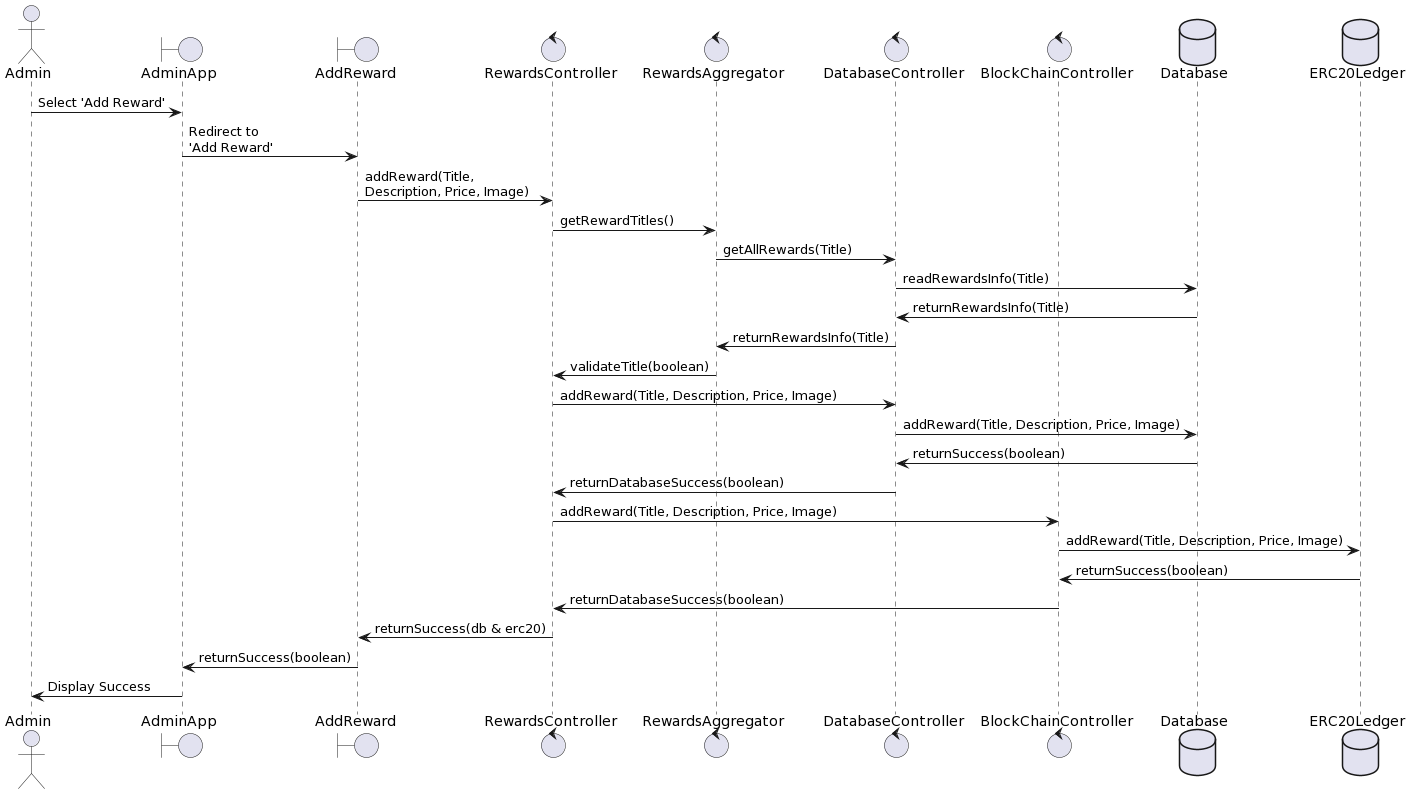
Earlier version of the PlantUML export Admin_AddReward.png (Tamong/TFS). The source it was exported from:
```plantuml
@startuml
actor       Admin
boundary    AdminApp
boundary    AddReward

control     RewardsController
control     RewardsAggregator
control     DatabaseController
control     BlockChainController

database    Database
database    ERC20Ledger

Admin -> AdminApp: Select 'Add Reward'
AdminApp -> AddReward: Redirect to \n'Add Reward'

AddReward -> RewardsController : addReward(Title, \nDescription, Price, Image)

RewardsController -> RewardsAggregator : getRewardTitles()
RewardsAggregator -> DatabaseController : getAllRewards(Title)
DatabaseController -> Database : readRewardsInfo(Title)
Database -> DatabaseController : returnRewardsInfo(Title)
DatabaseController -> RewardsAggregator : returnRewardsInfo(Title)
RewardsAggregator -> RewardsController : validateTitle(boolean)

RewardsController -> DatabaseController : addReward(Title, Description, Price, Image)
DatabaseController -> Database: addReward(Title, Description, Price, Image)
Database -> DatabaseController : returnSuccess(boolean)
DatabaseController -> RewardsController : returnDatabaseSuccess(boolean)

RewardsController -> BlockChainController: addReward(Title, Description, Price, Image)
BlockChainController-> ERC20Ledger: addReward(Title, Description, Price, Image)
ERC20Ledger-> BlockChainController: returnSuccess(boolean)
BlockChainController -> RewardsController : returnDatabaseSuccess(boolean)


RewardsController -> AddReward : returnSuccess(db & erc20)
AddReward -> AdminApp: returnSuccess(boolean)



AdminApp -> Admin : Display Success
@enduml
```
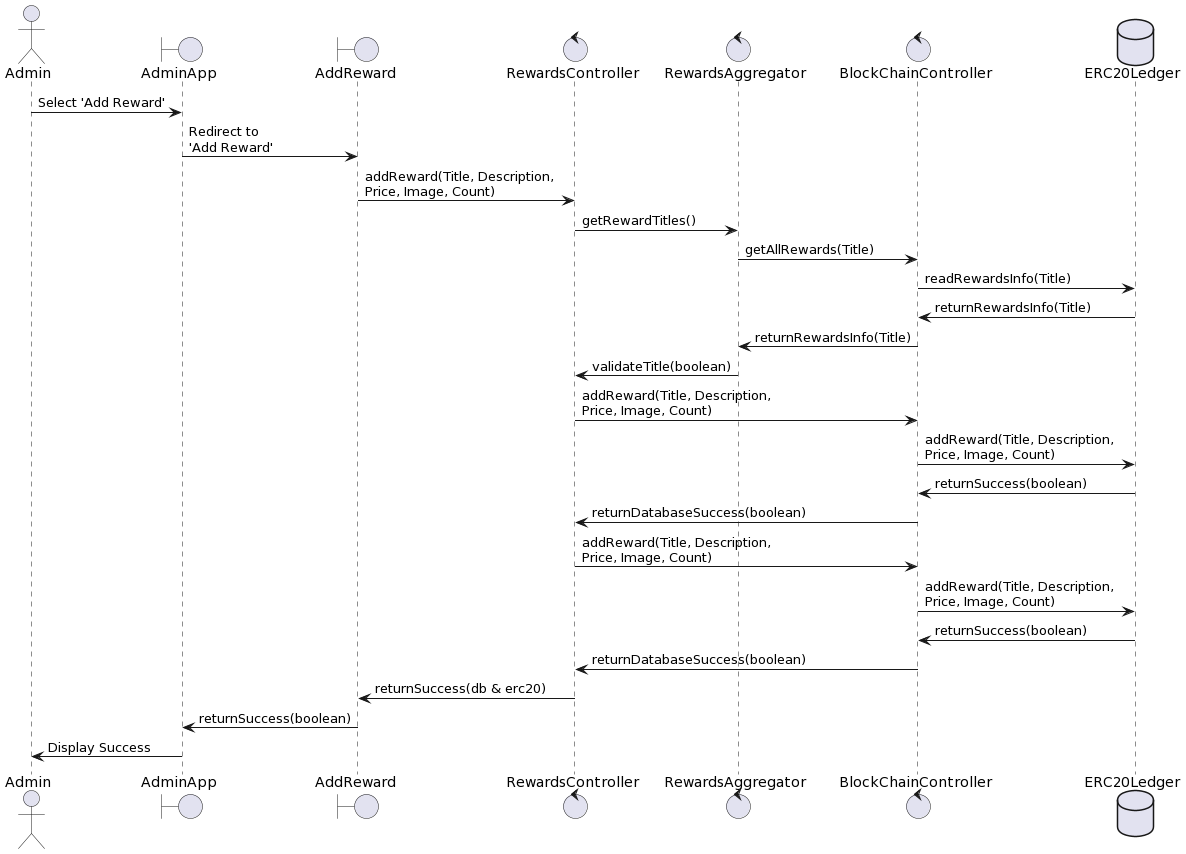
Later version of the same file.

Change to the diagram source:
```diff
@@ -5,31 +5,29 @@
 
 control     RewardsController
 control     RewardsAggregator
-control     DatabaseController
 control     BlockChainController
 
-database    Database
 database    ERC20Ledger
 
 Admin -> AdminApp: Select 'Add Reward'
 AdminApp -> AddReward: Redirect to \n'Add Reward'
 
-AddReward -> RewardsController : addReward(Title, \nDescription, Price, Image)
+AddReward -> RewardsController : addReward(Title, Description, \nPrice, Image, Count)
 
 RewardsController -> RewardsAggregator : getRewardTitles()
-RewardsAggregator -> DatabaseController : getAllRewards(Title)
-DatabaseController -> Database : readRewardsInfo(Title)
-Database -> DatabaseController : returnRewardsInfo(Title)
-DatabaseController -> RewardsAggregator : returnRewardsInfo(Title)
+RewardsAggregator -> BlockChainController: getAllRewards(Title)
+BlockChainController-> ERC20Ledger: readRewardsInfo(Title)
+ERC20Ledger-> BlockChainController: returnRewardsInfo(Title)
+BlockChainController-> RewardsAggregator : returnRewardsInfo(Title)
 RewardsAggregator -> RewardsController : validateTitle(boolean)
 
-RewardsController -> DatabaseController : addReward(Title, Description, Price, Image)
-DatabaseController -> Database: addReward(Title, Description, Price, Image)
-Database -> DatabaseController : returnSuccess(boolean)
-DatabaseController -> RewardsController : returnDatabaseSuccess(boolean)
+RewardsController -> BlockChainController: addReward(Title, Description,\nPrice, Image, Count)
+BlockChainController-> ERC20Ledger: addReward(Title, Description, \nPrice, Image, Count)
+ERC20Ledger-> BlockChainController: returnSuccess(boolean)
+BlockChainController-> RewardsController : returnDatabaseSuccess(boolean)
 
-RewardsController -> BlockChainController: addReward(Title, Description, Price, Image)
-BlockChainController-> ERC20Ledger: addReward(Title, Description, Price, Image)
+RewardsController -> BlockChainController: addReward(Title, Description, \nPrice, Image, Count)
+BlockChainController-> ERC20Ledger: addReward(Title, Description, \nPrice, Image, Count)
 ERC20Ledger-> BlockChainController: returnSuccess(boolean)
 BlockChainController -> RewardsController : returnDatabaseSuccess(boolean)
 
```
